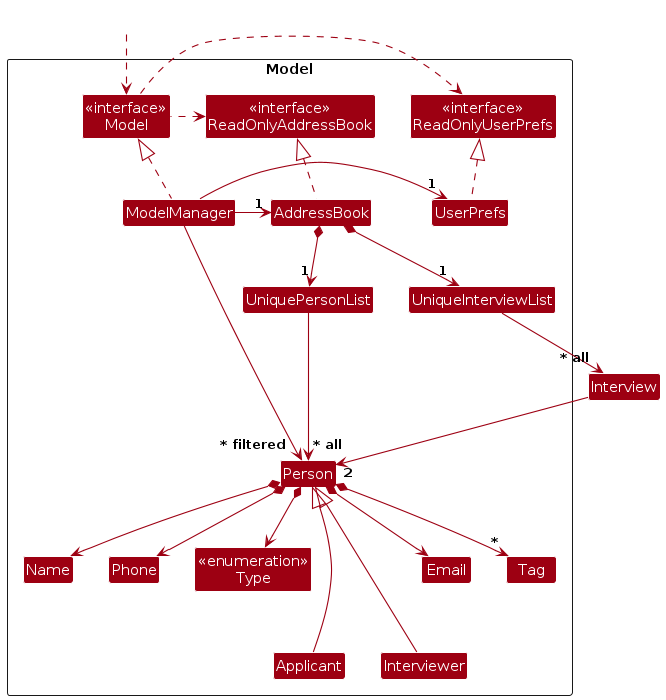
AY2324S2-CS2103T-F11-3/tp keeps this PlantUML diagram as diagrams/ModelClassDiagram.png. Above is the earlier version. Its source is kept beside it as diagrams/ModelClassDiagram.puml.
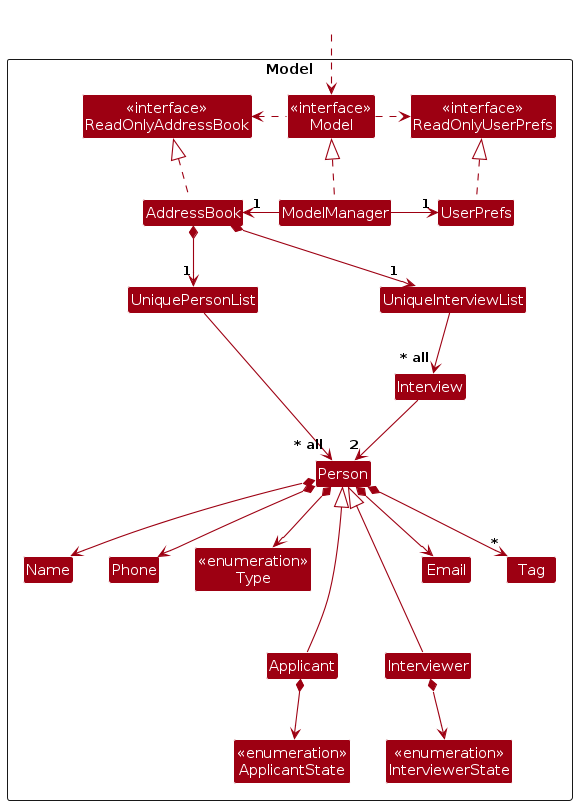
Above is the later version.

The edit, as a diff of the source:
```diff
@@ -9,9 +9,12 @@
 Class "<<interface>>\nReadOnlyUserPrefs" as ReadOnlyUserPrefs
 Class "<<interface>>\nModel" as Model
 Enum "<<enumeration>>\nType" as Type
+Enum "<<enumeration>>\nApplicantState" as ApplicantState
+Enum "<<enumeration>>\nInterviewerState" as InterviewerState
 Class AddressBook
 Class ModelManager
 Class UserPrefs
+Class Interview
 
 Class UniquePersonList
 Class UniqueInterviewList
@@ -23,6 +26,8 @@
 Class Phone
 Class Tag
 Enum Type
+Enum ApplicantState
+Enum InterviewerState
 
 Class I #FFFFFF
 }
@@ -49,6 +54,8 @@
 Person *--> Email
 Person *--> Type
 Person *--> "*" Tag
+Applicant *--> ApplicantState
+Interviewer *--> InterviewerState
 
 Applicant -up--|>Person
 Interviewer -up--|>Person
@@ -57,6 +64,4 @@
 UniquePersonList -[hidden]right-> I
 
 Name -[hidden]right-> Phone
-
-ModelManager --> "~* filtered" Person
 @enduml
```
